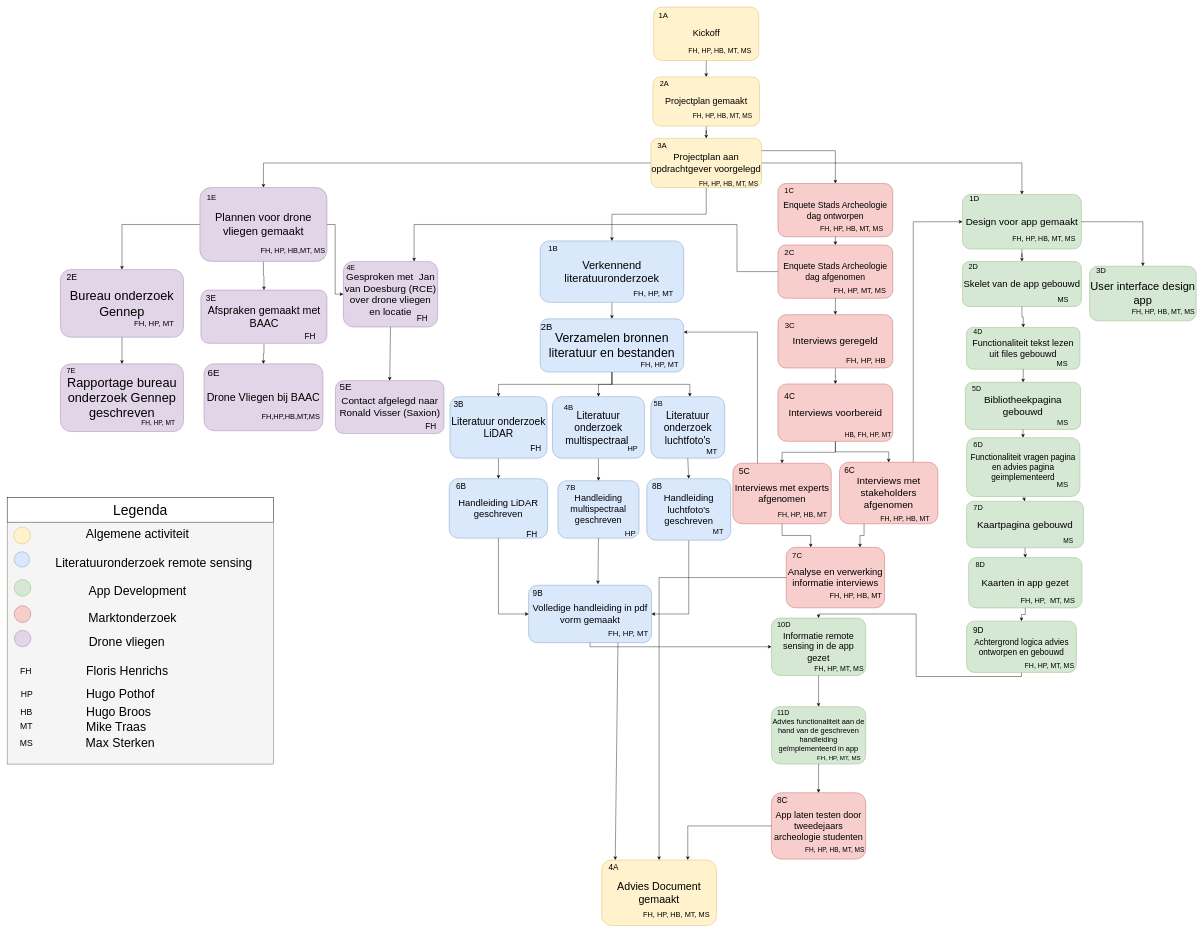
Above: ProjectVoortgangFlowchart.drawio in MSterken/RemoteSensingApp (draw.io), before the change. Source tidied: cells renumbered, new cells numbered last; positions are measured from the earlier drawing's top-left corner, leaving out a move shared by most shapes. Both pictures are drawn from the tidied source at 41%, with x=0, y=0 at pixel (7, 7).
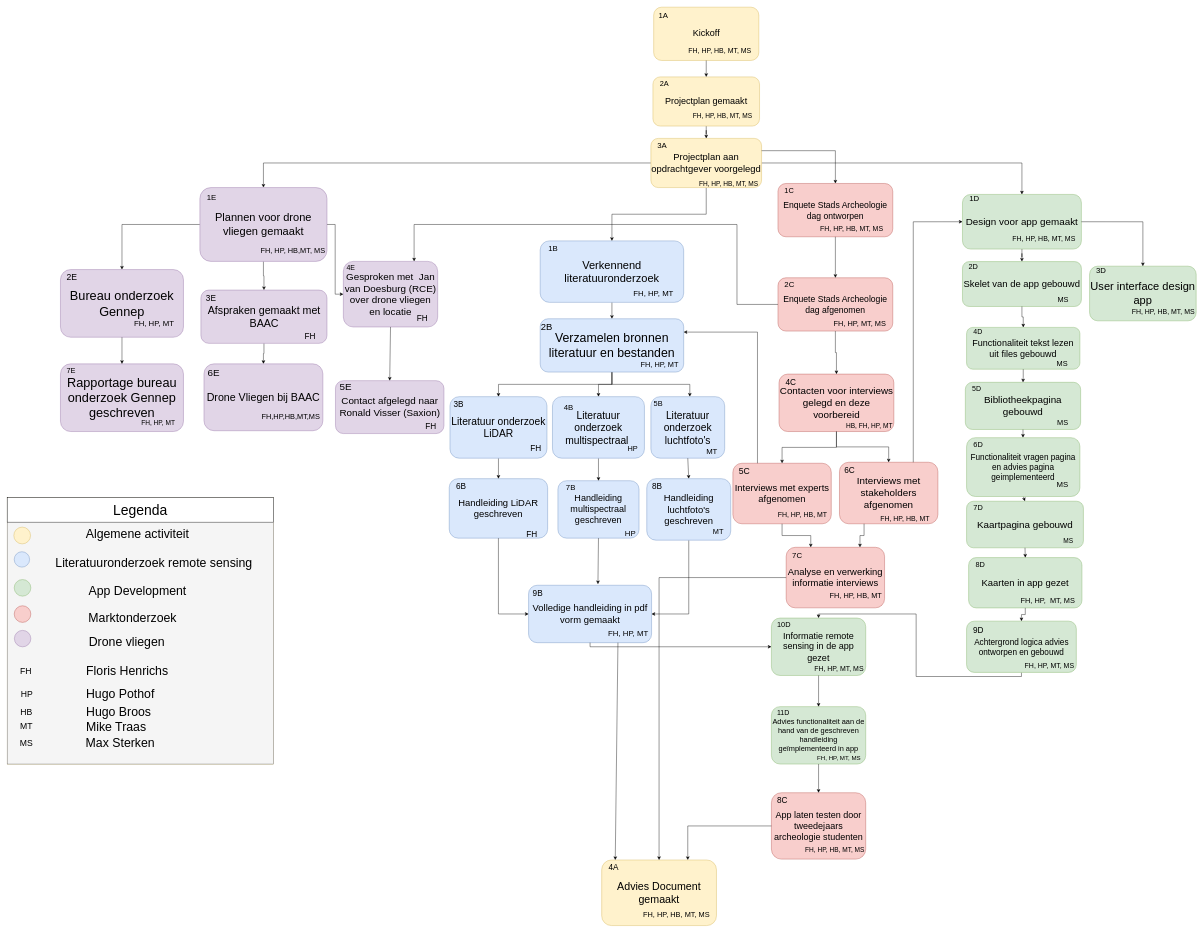
After the change.

Unchanged cells that the change refers to:
```xml
<mxCell id="43" style="group;" parent="42" vertex="1">
  <mxGeometry x="-30" width="280" height="140" as="geometry" />
</mxCell>
<mxCell id="49" value="&lt;font style=&quot;font-size: 21px;&quot;&gt;Enquete Stads Archeologie dag afgenomen&lt;/font&gt;" style="whiteSpace=wrap;html=1;rounded=1;fillColor=#f8cecc;strokeColor=#b85450;" parent="48" vertex="1">
  <mxGeometry width="280" height="130" as="geometry" />
</mxCell>
<mxCell id="130" value="&lt;font style=&quot;font-size: 24px;&quot;&gt;Gesproken met&amp;nbsp; Jan van Doesburg (RCE) over drone vliegen en locatie&lt;/font&gt;" style="whiteSpace=wrap;html=1;fillColor=#e1d5e7;strokeColor=#9673a6;rounded=1;" parent="129" vertex="1">
  <mxGeometry width="230" height="160" as="geometry" />
</mxCell>
```

Change to the diagram source:
```diff
@@
-    <mxCell id="5" style="edgeStyle=orthogonalEdgeStyle;rounded=0;jettySize=auto;html=1;" parent="1" edge="1" source="39" target="44">
-      <mxGeometry relative="1" as="geometry" />
-    </mxCell>
@@
-    <mxCell id="38" style="group;" parent="1" vertex="1">
-      <mxGeometry x="1880" y="760" width="280" height="120" as="geometry" />
-    </mxCell>
-    <mxCell id="39" value="&lt;font style=&quot;font-size: 24px;&quot;&gt;Interviews geregeld&lt;/font&gt;" style="whiteSpace=wrap;html=1;rounded=1;fillColor=#f8cecc;strokeColor=#b85450;" parent="38" vertex="1">
-      <mxGeometry y="-10" width="280" height="130" as="geometry" />
-    </mxCell>
-    <mxCell id="40" value="&lt;font style=&quot;font-size: 19px;&quot;&gt;3C&lt;/font&gt;" style="text;whiteSpace=wrap;html=1;" parent="38" vertex="1">
-      <mxGeometry x="14.7" width="73.7" height="36" as="geometry" />
-    </mxCell>
-    <mxCell id="41" value="&lt;font style=&quot;font-size: 19px;&quot;&gt;FH, HP, HB&lt;/font&gt;" style="text;html=1;strokeColor=none;fillColor=none;align=center;verticalAlign=middle;whiteSpace=wrap;rounded=0;" parent="38" vertex="1">
-      <mxGeometry x="150" y="84" width="130" height="36" as="geometry" />
-    </mxCell>
     <mxCell id="42" style="group;" parent="1" vertex="1">
-      <mxGeometry x="1910" y="919" width="260" height="180" as="geometry" />
+      <mxGeometry x="1912.6" y="895" width="260" height="180" as="geometry" />
     </mxCell>
@@
-    <mxCell id="44" value="&lt;font style=&quot;font-size: 24px;&quot;&gt;Interviews voorbereid&lt;/font&gt;" style="whiteSpace=wrap;html=1;rounded=1;fillColor=#f8cecc;strokeColor=#b85450;" parent="43" vertex="1">
+    <mxCell id="44" value="&lt;span style=&quot;font-size: 24px;&quot;&gt;Contacten voor interviews gelegd en deze voorbereid&lt;/span&gt;" style="whiteSpace=wrap;html=1;rounded=1;fillColor=#f8cecc;strokeColor=#b85450;" parent="43" vertex="1">
       <mxGeometry width="280" height="140" as="geometry" />
     </mxCell>
     <mxCell id="45" value="&lt;font style=&quot;font-size: 20px;&quot;&gt;4C&lt;/font&gt;" style="text;whiteSpace=wrap;html=1;" parent="43" vertex="1">
-      <mxGeometry x="14" y="10" width="50" height="40" as="geometry" />
+      <mxGeometry x="14" width="46" height="30" as="geometry" />
     </mxCell>
@@
     <mxCell id="48" style="group;" parent="1" vertex="1">
-      <mxGeometry x="1880" y="580" width="280" height="130" as="geometry" />
+      <mxGeometry x="1880" y="660" width="280" height="130" as="geometry" />
     </mxCell>
@@
     <mxCell id="56" style="endArrow=classic;html=1;rounded=0;entryX=0.75;entryY=0;entryDx=0;entryDy=0;exitX=0;exitY=0.5;exitDx=0;exitDy=0;edgeStyle=orthogonalEdgeStyle;" parent="1" edge="1" source="49" target="130">
       <mxGeometry relative="1" as="geometry">
         <Array as="points">
-          <mxPoint x="1780" y="645" />
+          <mxPoint x="1780" y="725" />
           <mxPoint x="1780" y="530" />
-          <mxPoint x="992" y="530" />
+          <mxPoint x="993" y="530" />
         </Array>
       </mxGeometry>
     </mxCell>
@@
-    <mxCell id="235" style="endArrow=classic;html=1;rounded=0;entryX=0.5;entryY=0;entryDx=0;entryDy=0;exitX=0.5;exitY=1;exitDx=0;exitDy=0;" parent="1" edge="1" source="49" target="39">
-      <mxGeometry relative="1" as="geometry" />
-    </mxCell>
+    <mxCell id="236" style="endArrow=classic;html=1;rounded=0;entryX=0.5;entryY=0;entryDx=0;entryDy=0;exitX=0.5;exitY=1;exitDx=0;exitDy=0;edgeStyle=orthogonalEdgeStyle;" parent="1" edge="1" source="49" target="44">
+      <mxGeometry relative="1" as="geometry" />
+    </mxCell>
```
